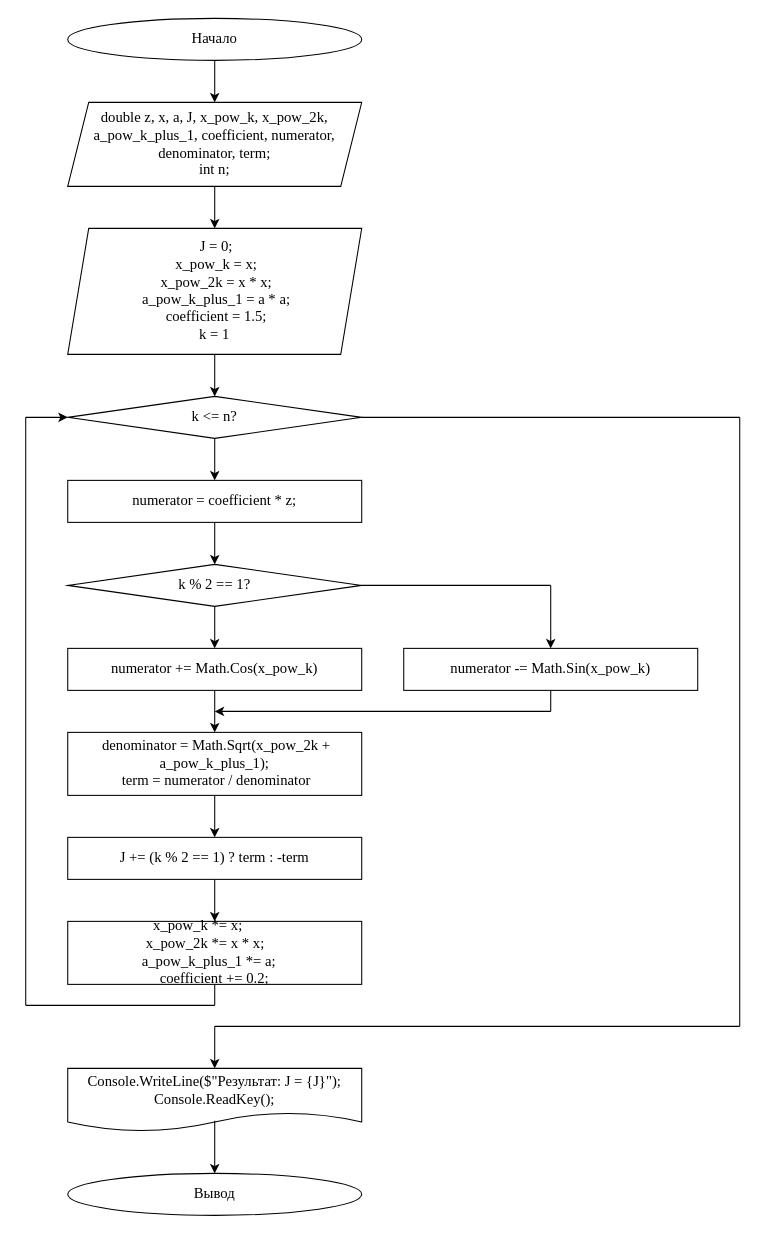
Earlier version of the draw.io diagram Лаба 8.drawio (Dimag11/2-). Source tidied: cells renumbered, new cells numbered last; positions are measured from the earlier drawing's top-left corner, leaving out a move shared by most shapes. Both pictures are drawn from the tidied source at 105%, with x=0, y=0 at pixel (25, 18).
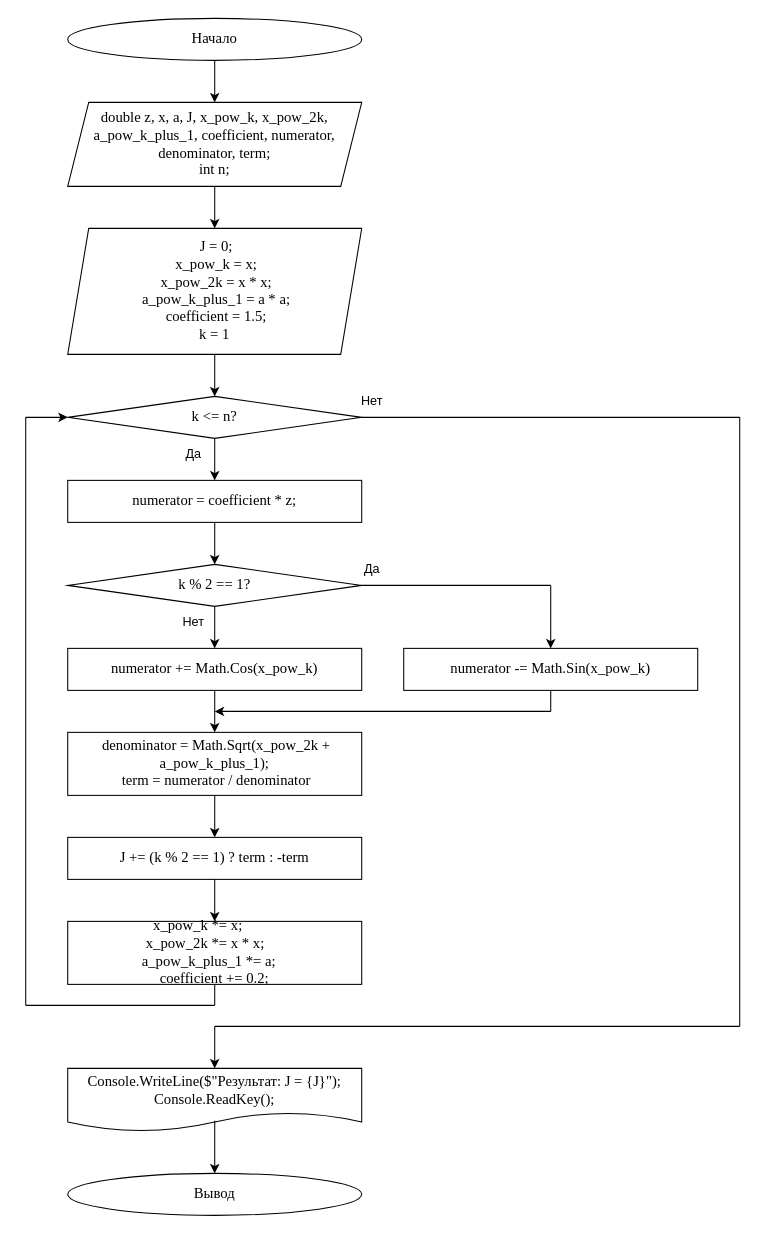
The same diagram, later.

Unchanged cells that the change refers to:
```xml
<mxCell id="2" style="group;" parent="1" vertex="1">
  <mxGeometry width="680" height="1140" as="geometry" />
</mxCell>
```

The edit, as a diff of the source:
```diff
@@
+    <mxCell id="38" value="Нет" style="text;html=1;align=center;verticalAlign=middle;whiteSpace=wrap;rounded=0;" parent="2" vertex="1">
+      <mxGeometry x="300" y="350" width="60" height="30" as="geometry" />
+    </mxCell>
+    <mxCell id="39" value="Да" style="text;html=1;align=center;verticalAlign=middle;whiteSpace=wrap;rounded=0;" parent="2" vertex="1">
+      <mxGeometry x="130" y="400" width="60" height="30" as="geometry" />
+    </mxCell>
+    <mxCell id="40" value="Да" style="text;html=1;align=center;verticalAlign=middle;whiteSpace=wrap;rounded=0;" parent="2" vertex="1">
+      <mxGeometry x="300" y="510" width="60" height="30" as="geometry" />
+    </mxCell>
+    <mxCell id="41" value="Нет" style="text;html=1;align=center;verticalAlign=middle;whiteSpace=wrap;rounded=0;" parent="2" vertex="1">
+      <mxGeometry x="130" y="560" width="60" height="30" as="geometry" />
+    </mxCell>
```
